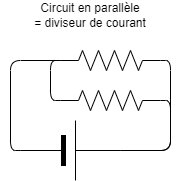
This is docs/images/current-divider.drawio.png from physcrowley/Robotique, a draw.io export, as it was before one commit. Source tidied: cells renumbered, new cells last; positions are measured from the earlier drawing's top-left corner, leaving out a move shared by most shapes.
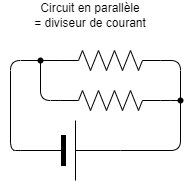
The same diagram one commit later.

Commit message:
cleaned up diagram

Change to the diagram source:
```diff
@@ -8,11 +8,19 @@
     <mxCell id="3" style="verticalLabelPosition=bottom;shadow=0;dashed=0;align=center;fillColor=strokeColor;html=1;verticalAlign=top;strokeWidth=1;shape=mxgraph.electrical.miscellaneous.monocell_battery;" parent="1" vertex="1">
       <mxGeometry x="20" y="120" width="100" height="60" as="geometry" />
     </mxCell>
-    <mxCell id="4" style="edgeStyle=orthogonalEdgeStyle;html=1;exitX=0;exitY=0.5;exitDx=0;exitDy=0;exitPerimeter=0;entryX=0;entryY=0.5;entryDx=0;entryDy=0;entryPerimeter=0;startArrow=none;startFill=0;endArrow=none;endFill=0;" parent="1" edge="1" source="6" target="9">
-      <mxGeometry relative="1" as="geometry" />
-    </mxCell>
+    <mxCell id="10" style="edgeStyle=none;html=1;exitX=0;exitY=0.5;exitDx=0;exitDy=0;exitPerimeter=0;entryX=0.517;entryY=0.583;entryDx=0;entryDy=0;entryPerimeter=0;" parent="1" edge="1">
+      <mxGeometry relative="1" as="geometry">
+        <mxPoint x="40" y="60" as="sourcePoint" />
+        <mxPoint x="40" y="60" as="targetPoint" />
+      </mxGeometry>
+    </mxCell>
-    <mxCell id="5" style="edgeStyle=orthogonalEdgeStyle;html=1;exitX=1;exitY=0.5;exitDx=0;exitDy=0;exitPerimeter=0;entryX=1;entryY=0.5;entryDx=0;entryDy=0;entryPerimeter=0;startArrow=none;startFill=0;endArrow=none;endFill=0;" parent="1" edge="1" source="6" target="3">
-      <mxGeometry relative="1" as="geometry" />
+    <mxCell id="5" style="edgeStyle=orthogonalEdgeStyle;html=1;exitX=1;exitY=0.5;exitDx=0;exitDy=0;exitPerimeter=0;entryX=1;entryY=0.5;entryDx=0;entryDy=0;entryPerimeter=0;endArrow=none;endFill=0;" parent="1" edge="1" source="6" target="3">
+      <mxGeometry relative="1" as="geometry">
+        <Array as="points">
+          <mxPoint x="180" y="60" />
+          <mxPoint x="180" y="150" />
+        </Array>
+      </mxGeometry>
     </mxCell>
     <mxCell id="6" style="verticalLabelPosition=bottom;shadow=0;dashed=0;align=center;html=1;verticalAlign=top;shape=mxgraph.electrical.resistors.resistor_2;" parent="1" vertex="1">
       <mxGeometry x="60" y="50" width="100" height="20" as="geometry" />
@@ -20,11 +28,23 @@
     <mxCell id="7" value="Circuit en parallèle&lt;br&gt;= diviseur de courant" style="text;html=1;strokeColor=none;fillColor=none;align=center;verticalAlign=middle;whiteSpace=wrap;rounded=0;" parent="1" vertex="1">
       <mxGeometry width="180" height="30" as="geometry" />
     </mxCell>
-    <mxCell id="8" style="edgeStyle=orthogonalEdgeStyle;html=1;exitX=1;exitY=0.5;exitDx=0;exitDy=0;exitPerimeter=0;entryX=1;entryY=0.5;entryDx=0;entryDy=0;entryPerimeter=0;startArrow=none;startFill=0;endArrow=none;endFill=0;" parent="1" edge="1" source="9" target="3">
-      <mxGeometry relative="1" as="geometry" />
-    </mxCell>
+    <mxCell id="11" style="edgeStyle=orthogonalEdgeStyle;html=1;exitX=0;exitY=0.5;exitDx=0;exitDy=0;exitPerimeter=0;entryX=0.35;entryY=0.75;entryDx=0;entryDy=0;entryPerimeter=0;endArrow=none;endFill=0;" parent="1" edge="1" source="9" target="13">
+      <mxGeometry relative="1" as="geometry" />
+    </mxCell>
     <mxCell id="9" style="verticalLabelPosition=bottom;shadow=0;dashed=0;align=center;html=1;verticalAlign=top;shape=mxgraph.electrical.resistors.resistor_2;" parent="1" vertex="1">
       <mxGeometry x="60" y="90" width="100" height="20" as="geometry" />
     </mxCell>
+    <mxCell id="12" style="edgeStyle=orthogonalEdgeStyle;html=1;exitX=0;exitY=0.5;exitDx=0;exitDy=0;exitPerimeter=0;entryDx=0;entryDy=0;entryPerimeter=0;startArrow=none;startFill=0;endArrow=none;endFill=0;" parent="1" edge="1" source="6" target="13">
+      <mxGeometry relative="1" as="geometry" />
+    </mxCell>
+    <mxCell id="13" style="shape=waypoint;sketch=0;fillStyle=solid;size=6;points=[];fillColor=none;perimeter=centerPerimeter;snapToPoint=1;" parent="1" vertex="1">
+      <mxGeometry x="30" y="50" width="20" height="20" as="geometry" />
+    </mxCell>
+    <mxCell id="14" style="shape=waypoint;sketch=0;fillStyle=solid;size=6;points=[];fillColor=none;perimeter=centerPerimeter;snapToPoint=1;" parent="1" vertex="1">
+      <mxGeometry x="170" y="90" width="20" height="20" as="geometry" />
+    </mxCell>
+    <mxCell id="15" style="edgeStyle=orthogonalEdgeStyle;html=1;exitX=1;exitY=0.5;exitDx=0;exitDy=0;exitPerimeter=0;entryX=0.383;entryY=0.917;entryDx=0;entryDy=0;entryPerimeter=0;endArrow=none;endFill=0;" parent="1" edge="1" source="9" target="14">
+      <mxGeometry relative="1" as="geometry" />
+    </mxCell>
   </root>
 </mxGraphModel>
```
